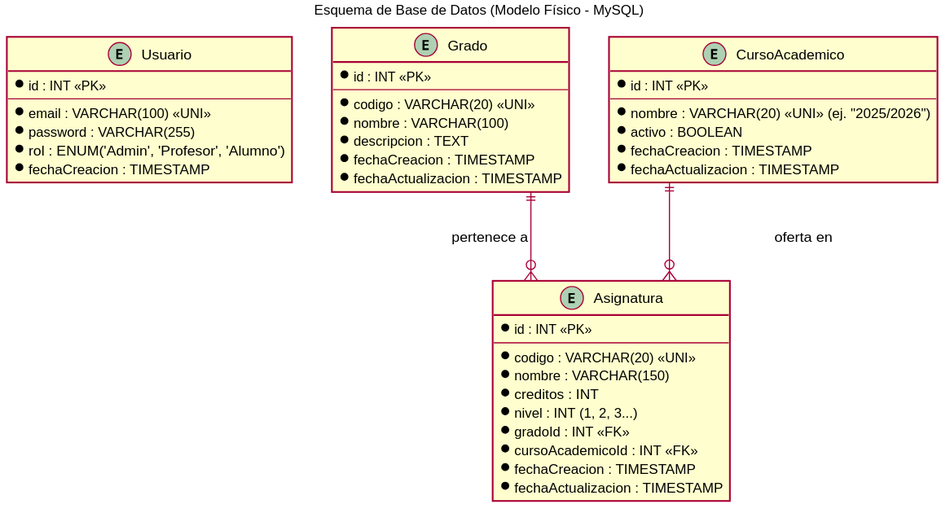
Before: images/02-diseño/esquema-er.svg, a diagram exported from PlantUML (carlos-alvarado-25/25-26-idsw2-sdVC).
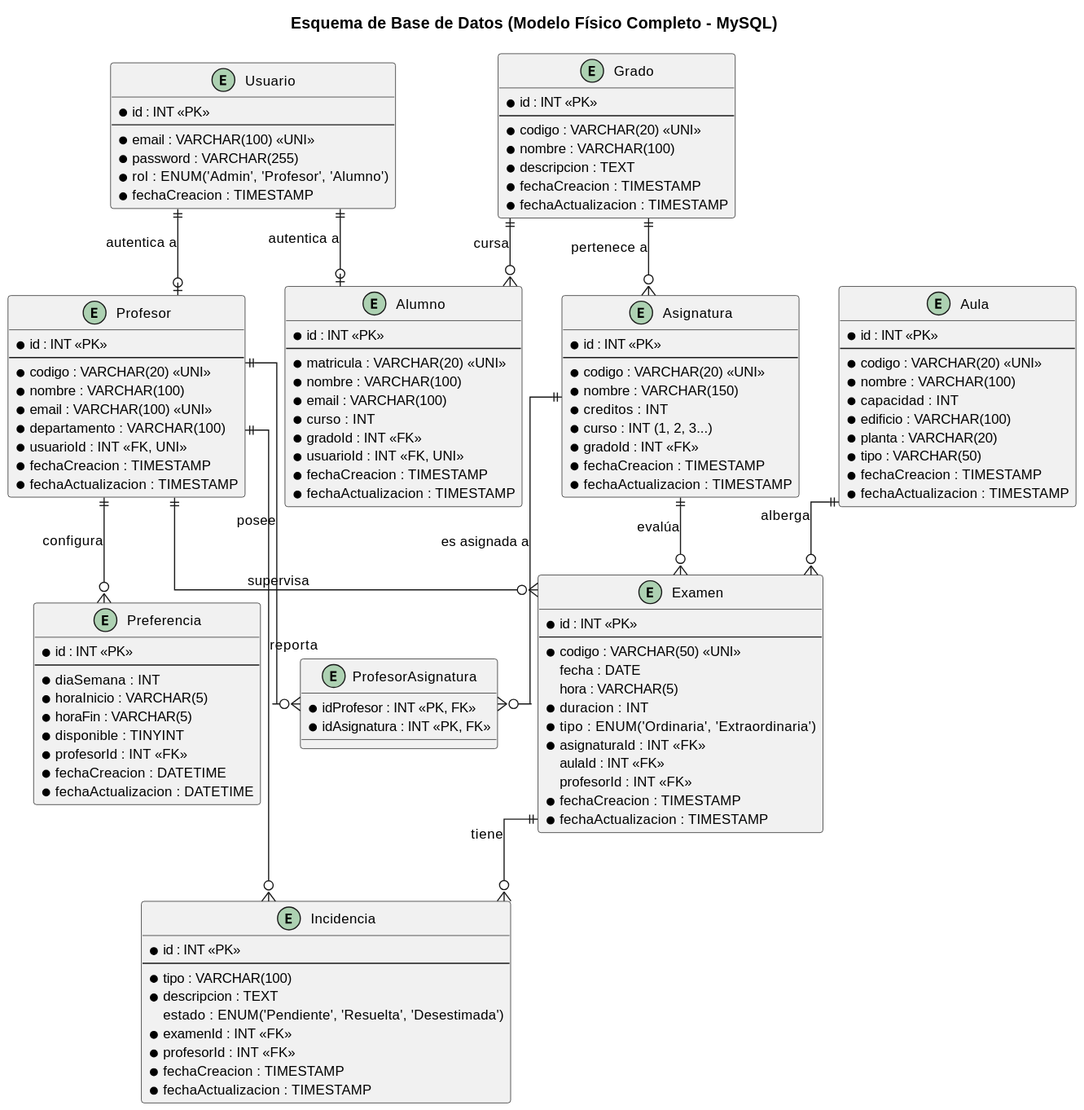
The same diagram one commit later.

The edit, as a diff of the source:
```diff
@@ -1,11 +1,11 @@
-@startuml esquema-er
+@startuml
 skinparam backgroundColor white
 skinparam shadowing false
 skinparam DefaultFontColor black
 skinparam DefaultFontSize 12
 skinparam linetype ortho
 
-title Esquema de Base de Datos (Modelo Físico - MySQL)
+title Esquema de Base de Datos (Modelo Físico Completo - MySQL)
 
 entity "Usuario" as usuario {
   * id : INT <<PK>>
@@ -26,29 +26,112 @@
   * fechaActualizacion : TIMESTAMP
 }
 
-entity "CursoAcademico" as curso {
-  * id : INT <<PK>>
-  --
-  * nombre : VARCHAR(20) <<UNI>> (ej. "2025/2026")
-  * activo : BOOLEAN
-  * fechaCreacion : TIMESTAMP
-  * fechaActualizacion : TIMESTAMP
-}
-
 entity "Asignatura" as asignatura {
   * id : INT <<PK>>
   --
   * codigo : VARCHAR(20) <<UNI>>
   * nombre : VARCHAR(150)
   * creditos : INT
-  * nivel : INT (1, 2, 3...)
+  * curso : INT (1, 2, 3...)
   * gradoId : INT <<FK>>
-  * cursoAcademicoId : INT <<FK>>
   * fechaCreacion : TIMESTAMP
   * fechaActualizacion : TIMESTAMP
 }
 
+entity "Alumno" as alumno {
+  * id : INT <<PK>>
+  --
+  * matricula : VARCHAR(20) <<UNI>>
+  * nombre : VARCHAR(100)
+  * email : VARCHAR(100)
+  * curso : INT
+  * gradoId : INT <<FK>>
+  * usuarioId : INT <<FK, UNI>>
+  * fechaCreacion : TIMESTAMP
+  * fechaActualizacion : TIMESTAMP
+}
+
+entity "Profesor" as profesor {
+  * id : INT <<PK>>
+  --
+  * codigo : VARCHAR(20) <<UNI>>
+  * nombre : VARCHAR(100)
+  * email : VARCHAR(100) <<UNI>>
+  * departamento : VARCHAR(100)
+  * usuarioId : INT <<FK, UNI>>
+  * fechaCreacion : TIMESTAMP
+  * fechaActualizacion : TIMESTAMP
+}
+
+entity "Preferencia" as preferencia {
+  * id : INT <<PK>>
+  --
+  * diaSemana : INT
+  * horaInicio : VARCHAR(5)
+  * horaFin : VARCHAR(5)
+  * disponible : TINYINT
+  * profesorId : INT <<FK>>
+  * fechaCreacion : DATETIME
+  * fechaActualizacion : DATETIME
+}
+
+entity "Aula" as aula {
+  * id : INT <<PK>>
+  --
+  * codigo : VARCHAR(20) <<UNI>>
+  * nombre : VARCHAR(100)
+  * capacidad : INT
+  * edificio : VARCHAR(100)
+  * planta : VARCHAR(20)
+  * tipo : VARCHAR(50)
+  * fechaCreacion : TIMESTAMP
+  * fechaActualizacion : TIMESTAMP
+}
+
+entity "Examen" as examen {
+  * id : INT <<PK>>
+  --
+  * codigo : VARCHAR(50) <<UNI>>
+  fecha : DATE
+  hora : VARCHAR(5)
+  * duracion : INT
+  * tipo : ENUM('Ordinaria', 'Extraordinaria')
+  * asignaturaId : INT <<FK>>
+  aulaId : INT <<FK>>
+  profesorId : INT <<FK>>
+  * fechaCreacion : TIMESTAMP
+  * fechaActualizacion : TIMESTAMP
+}
+
+entity "Incidencia" as incidencia {
+  * id : INT <<PK>>
+  --
+  * tipo : VARCHAR(100)
+  * descripcion : TEXT
+  estado : ENUM('Pendiente', 'Resuelta', 'Desestimada')
+  * examenId : INT <<FK>>
+  * profesorId : INT <<FK>>
+  * fechaCreacion : TIMESTAMP
+  * fechaActualizacion : TIMESTAMP
+}
+
+entity "ProfesorAsignatura" as profesor_asignatura {
+  * idProfesor : INT <<PK, FK>>
+  * idAsignatura : INT <<PK, FK>>
+}
+
+
+usuario ||--o| alumno : "autentica a"
+usuario ||--o| profesor : "autentica a"
+grado ||--o{ alumno : "cursa"
 grado ||--o{ asignatura : "pertenece a"
-curso ||--o{ asignatura : "oferta en"
+profesor ||--o{ preferencia : "configura"
+profesor ||--o{ incidencia : "reporta"
+examen ||--o{ incidencia : "tiene"
+asignatura ||--o{ examen : "evalúa"
+aula ||--o{ examen : "alberga"
+profesor ||--o{ examen : "supervisa"
 
+profesor ||--o{ profesor_asignatura : "posee"
+asignatura ||--o{ profesor_asignatura : "es asignada a"
 @enduml
```
